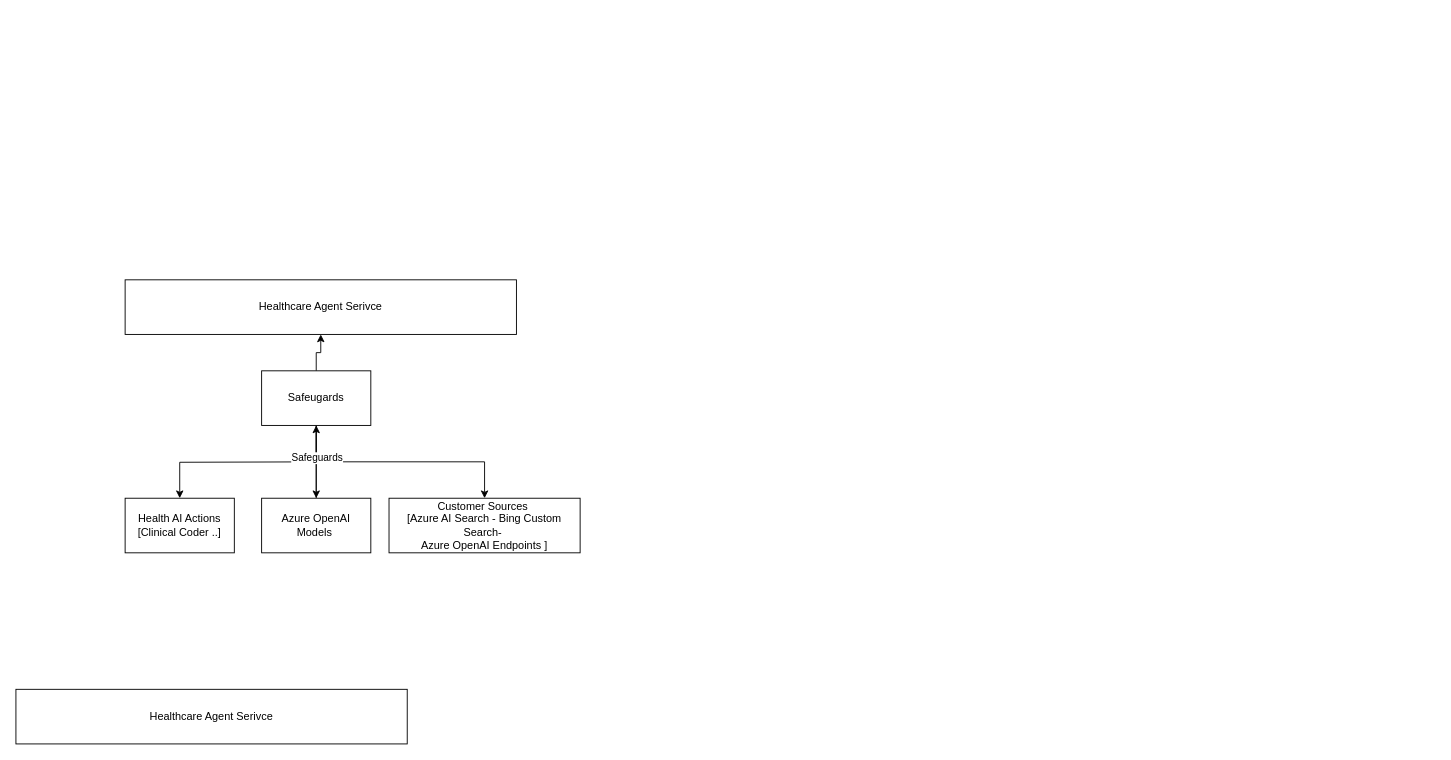
The draw.io diagram Untitled Diagram.drawio in iBoonz/drawio, before the edit. Source tidied: cells renumbered, new cells numbered last; positions are measured from the earlier drawing's top-left corner, leaving out a move shared by most shapes. Both pictures are drawn from the tidied source at 91%, with x=0, y=0 at pixel (15, 279).
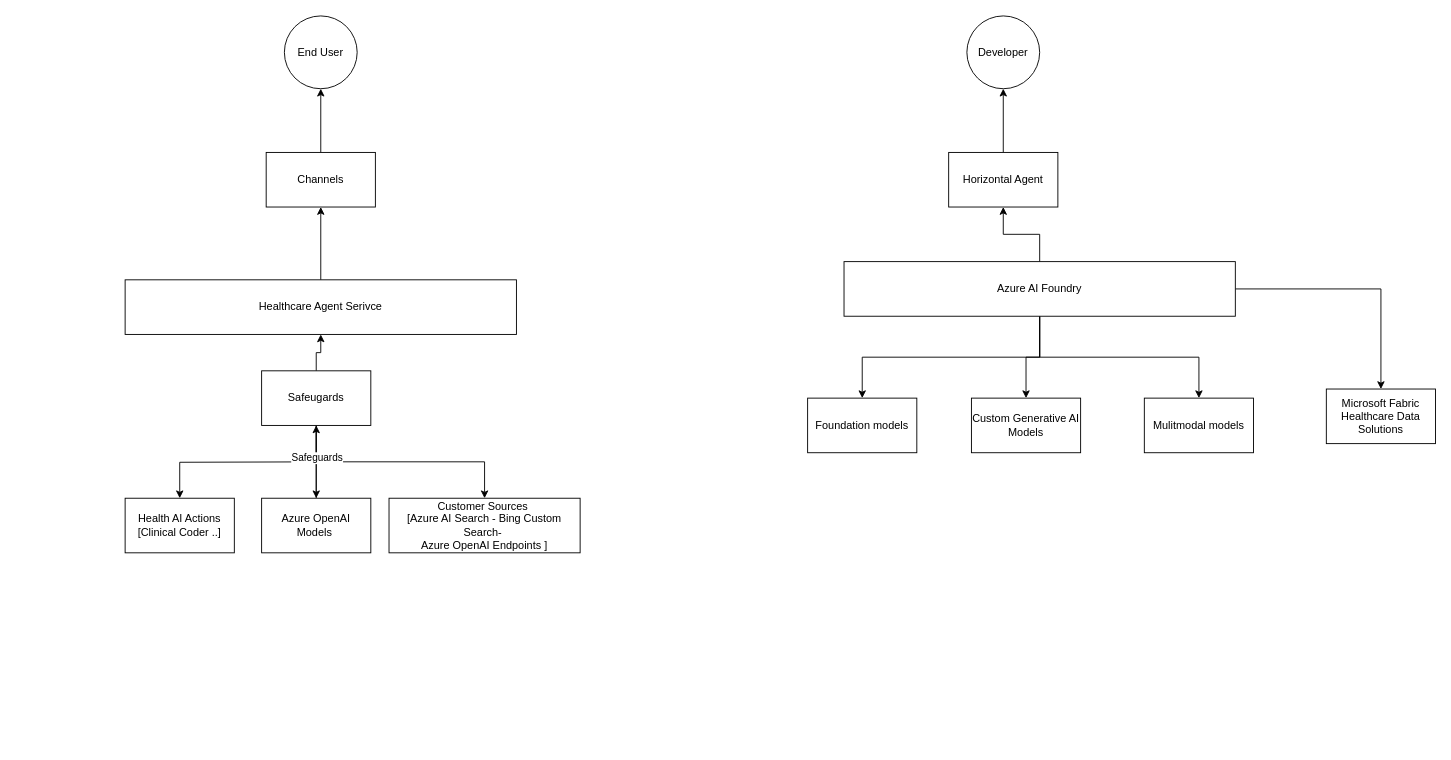
Above is the later version.

Unchanged cells that the change refers to:
```xml
<mxCell id="12" value="Healthcare Agent Serivce" style="whiteSpace=wrap;html=1;rounded=0;" parent="1" vertex="1">
  <mxGeometry x="120" width="430" height="60" as="geometry" />
</mxCell>
```

Diff of the diagram source:
```diff
@@
+    <mxCell id="14" style="edgeStyle=orthogonalEdgeStyle;rounded=0;jettySize=auto;html=1;" parent="1" edge="1" source="12" target="24">
+      <mxGeometry relative="1" as="geometry" />
+    </mxCell>
@@
+    <mxCell id="15" style="edgeStyle=orthogonalEdgeStyle;rounded=0;jettySize=auto;html=1;" parent="1" edge="1" source="13" target="20">
+      <mxGeometry relative="1" as="geometry" />
+    </mxCell>
+    <mxCell id="16" style="edgeStyle=orthogonalEdgeStyle;rounded=0;jettySize=auto;html=1;" parent="1" edge="1" source="13" target="21">
+      <mxGeometry relative="1" as="geometry" />
+    </mxCell>
+    <mxCell id="17" style="edgeStyle=orthogonalEdgeStyle;rounded=0;jettySize=auto;html=1;" parent="1" edge="1" source="13" target="22">
+      <mxGeometry relative="1" as="geometry" />
+    </mxCell>
+    <mxCell id="18" style="edgeStyle=orthogonalEdgeStyle;rounded=0;jettySize=auto;html=1;" parent="1" edge="1" source="13" target="27">
+      <mxGeometry relative="1" as="geometry" />
+    </mxCell>
+    <mxCell id="19" style="edgeStyle=orthogonalEdgeStyle;rounded=0;jettySize=auto;html=1;" parent="1" edge="1" source="13" target="29">
+      <mxGeometry relative="1" as="geometry" />
+    </mxCell>
-    <mxCell id="13" value="Healthcare Agent Serivce" style="whiteSpace=wrap;html=1;rounded=0;" parent="1" vertex="1">
-      <mxGeometry y="450" width="430" height="60" as="geometry" />
+    <mxCell id="13" value="Azure AI Foundry" style="whiteSpace=wrap;html=1;rounded=0;" parent="1" vertex="1">
+      <mxGeometry x="910" y="-20" width="430" height="60" as="geometry" />
     </mxCell>
+    <mxCell id="20" value="Foundation models" style="whiteSpace=wrap;html=1;rounded=0;" parent="1" vertex="1">
+      <mxGeometry x="870" y="130" width="120" height="60" as="geometry" />
+    </mxCell>
+    <mxCell id="21" value="Custom Generative AI Models" style="whiteSpace=wrap;html=1;rounded=0;" parent="1" vertex="1">
+      <mxGeometry x="1050" y="130" width="120" height="60" as="geometry" />
+    </mxCell>
+    <mxCell id="22" value="Mulitmodal models" style="whiteSpace=wrap;html=1;rounded=0;" parent="1" vertex="1">
+      <mxGeometry x="1240" y="130" width="120" height="60" as="geometry" />
+    </mxCell>
+    <mxCell id="23" style="edgeStyle=orthogonalEdgeStyle;rounded=0;jettySize=auto;html=1;" parent="1" edge="1" source="24" target="25">
+      <mxGeometry relative="1" as="geometry" />
+    </mxCell>
+    <mxCell id="24" value="Channels" style="whiteSpace=wrap;html=1;rounded=0;" parent="1" vertex="1">
+      <mxGeometry x="275" y="-140" width="120" height="60" as="geometry" />
+    </mxCell>
+    <mxCell id="25" value="End User" style="ellipse;whiteSpace=wrap;html=1;rounded=0;" parent="1" vertex="1">
+      <mxGeometry x="295" y="-290" width="80" height="80" as="geometry" />
+    </mxCell>
+    <mxCell id="26" style="edgeStyle=orthogonalEdgeStyle;rounded=0;jettySize=auto;html=1;" parent="1" edge="1" source="27" target="28">
+      <mxGeometry relative="1" as="geometry" />
+    </mxCell>
+    <mxCell id="27" value="Horizontal Agent" style="whiteSpace=wrap;html=1;rounded=0;" parent="1" vertex="1">
+      <mxGeometry x="1025" y="-140" width="120" height="60" as="geometry" />
+    </mxCell>
+    <mxCell id="28" value="Developer" style="ellipse;whiteSpace=wrap;html=1;rounded=0;" parent="1" vertex="1">
+      <mxGeometry x="1045" y="-290" width="80" height="80" as="geometry" />
+    </mxCell>
+    <mxCell id="29" value="Microsoft Fabric Healthcare Data Solutions" style="whiteSpace=wrap;html=1;rounded=0;" parent="1" vertex="1">
+      <mxGeometry x="1440" y="120" width="120" height="60" as="geometry" />
+    </mxCell>
```
